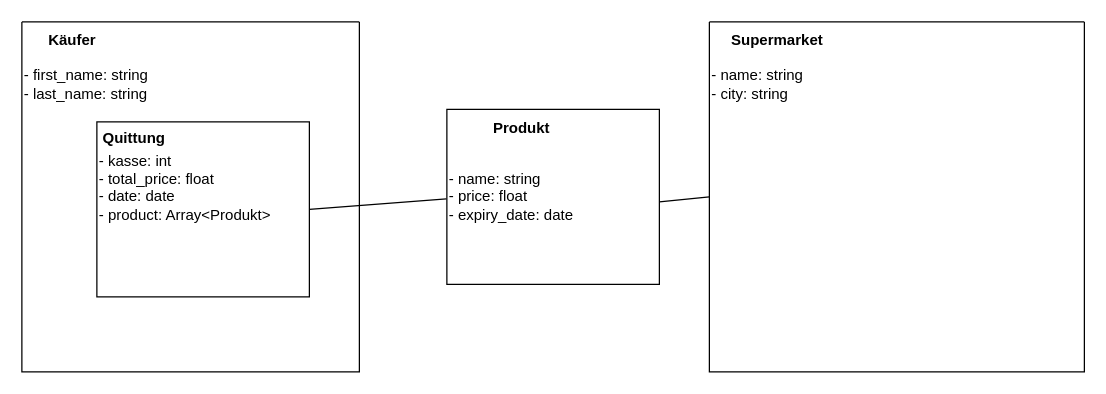
nikhilango/M164 keeps this draw.io diagram as KN02/KN02B.drawio. Above is the earlier version. Source tidied: cells renumbered, new cells numbered last; positions are measured from the earlier drawing's top-left corner, leaving out a move shared by most shapes. Both pictures are drawn from the tidied source at 125%, with x=0, y=0 at pixel (21, 21).
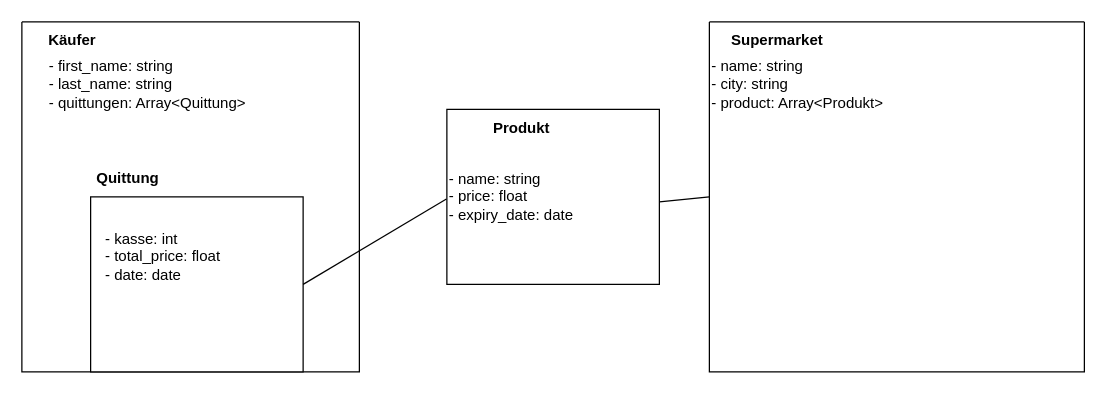
Above is the later version.

Diff of the diagram source:
```diff
@@
 <mxGraphModel>
   <root>
     <mxCell id="0" />
     <mxCell id="1" parent="0" />
     <mxCell id="2" style="swimlane;startSize=0;" parent="1" vertex="1">
       <mxGeometry width="270" height="280" as="geometry" />
     </mxCell>
     <mxCell id="3" style="whiteSpace=wrap;html=1;" parent="2" vertex="1">
-      <mxGeometry x="60" y="80" width="170" height="140" as="geometry" />
+      <mxGeometry x="55" y="140" width="170" height="140" as="geometry" />
     </mxCell>
     <mxCell id="4" value="&lt;b&gt;Quittung&lt;/b&gt;" style="text;html=1;align=center;verticalAlign=middle;whiteSpace=wrap;rounded=0;" parent="2" vertex="1">
-      <mxGeometry x="60" y="78" width="60" height="30" as="geometry" />
+      <mxGeometry x="55" y="110" width="60" height="30" as="geometry" />
     </mxCell>
-    <mxCell id="5" value="- kasse: int&lt;br&gt;&lt;div&gt;&lt;span style=&quot;background-color: initial;&quot;&gt;- total_price: float&lt;/span&gt;&lt;/div&gt;&lt;div&gt;- date: date&lt;/div&gt;&lt;div&gt;&lt;span style=&quot;background-color: initial;&quot;&gt;- product: Array&amp;lt;Produkt&amp;gt;&lt;br&gt;&lt;/span&gt;&lt;br&gt;&lt;/div&gt;" style="text;html=1;align=left;verticalAlign=middle;strokeColor=none;fillColor=none;" parent="2" vertex="1">
-      <mxGeometry x="60" y="95" width="160" height="90" as="geometry" />
+    <mxCell id="5" value="- kasse: int&lt;br&gt;&lt;div&gt;&lt;span style=&quot;background-color: initial;&quot;&gt;- total_price: float&lt;/span&gt;&lt;/div&gt;&lt;div&gt;- date: date&lt;/div&gt;&lt;div&gt;&lt;br&gt;&lt;/div&gt;" style="text;html=1;align=left;verticalAlign=middle;strokeColor=none;fillColor=none;" parent="2" vertex="1">
+      <mxGeometry x="65" y="160" width="120" height="70" as="geometry" />
     </mxCell>
-    <mxCell id="6" value="&lt;span style=&quot;&quot;&gt;- first_name: string&lt;/span&gt;&lt;div&gt;&lt;span style=&quot;&quot;&gt;- last_name: string&lt;/span&gt;&lt;/div&gt;" style="text;html=1;align=left;verticalAlign=middle;strokeColor=none;fillColor=none;" parent="2" vertex="1">
-      <mxGeometry y="30" width="120" height="40" as="geometry" />
+    <mxCell id="6" value="&lt;span style=&quot;&quot;&gt;- first_name: string&lt;/span&gt;&lt;div&gt;&lt;span style=&quot;&quot;&gt;- last_name: string&lt;/span&gt;&lt;/div&gt;&lt;div&gt;&lt;span style=&quot;&quot;&gt;-&amp;nbsp;&lt;/span&gt;&lt;span style=&quot;background-color: initial;&quot;&gt;quittungen: Array&amp;lt;Quittung&amp;gt;&lt;/span&gt;&lt;/div&gt;" style="text;html=1;align=left;verticalAlign=middle;strokeColor=none;fillColor=none;" parent="2" vertex="1">
+      <mxGeometry x="20" y="20" width="180" height="60" as="geometry" />
     </mxCell>
     <mxCell id="7" value="&lt;b&gt;Käufer&lt;/b&gt;" style="text;html=1;align=center;verticalAlign=middle;strokeColor=none;fillColor=none;" parent="2" vertex="1">
       <mxGeometry x="10" width="60" height="30" as="geometry" />
     </mxCell>
     <mxCell id="8" style="whiteSpace=wrap;html=1;" parent="1" vertex="1">
       <mxGeometry x="340" y="70" width="170" height="140" as="geometry" />
     </mxCell>
     <mxCell id="9" value="&lt;b&gt;Produkt&lt;/b&gt;" style="text;html=1;align=center;verticalAlign=middle;whiteSpace=wrap;rounded=0;" parent="1" vertex="1">
       <mxGeometry x="340" y="70" width="120" height="30" as="geometry" />
     </mxCell>
     <mxCell id="10" value="&lt;div&gt;- name: string&lt;br&gt;&lt;div&gt;&lt;span style=&quot;background-color: initial;&quot;&gt;- price: float&lt;/span&gt;&lt;/div&gt;&lt;div&gt;- expiry_date: date&lt;span style=&quot;background-color: initial;&quot;&gt;&lt;br&gt;&lt;/span&gt;&lt;/div&gt;&lt;/div&gt;" style="text;html=1;align=left;verticalAlign=middle;points=[];strokeColor=none;fillColor=none;" parent="1" vertex="1">
       <mxGeometry x="340" y="110" width="120" height="60" as="geometry" />
     </mxCell>
     <mxCell id="11" style="swimlane;startSize=0;" parent="1" vertex="1">
       <mxGeometry x="550" width="300" height="280" as="geometry" />
     </mxCell>
-    <mxCell id="12" value="&lt;span style=&quot;&quot;&gt;- name: string&lt;/span&gt;&lt;div&gt;&lt;span style=&quot;&quot;&gt;- city: string&lt;/span&gt;&lt;/div&gt;" style="text;html=1;align=left;verticalAlign=middle;strokeColor=none;fillColor=none;" parent="11" vertex="1">
-      <mxGeometry y="30" width="100" height="40" as="geometry" />
+    <mxCell id="12" value="&lt;span style=&quot;&quot;&gt;- name: string&lt;/span&gt;&lt;div&gt;&lt;span style=&quot;&quot;&gt;- city: string&lt;/span&gt;&lt;/div&gt;&lt;div&gt;- product: Array&amp;lt;Produkt&amp;gt;&lt;br&gt;&lt;/div&gt;" style="text;html=1;align=left;verticalAlign=middle;strokeColor=none;fillColor=none;" parent="11" vertex="1">
+      <mxGeometry y="20" width="160" height="60" as="geometry" />
     </mxCell>
     <mxCell id="13" value="&lt;b&gt;Supermarket&lt;/b&gt;" style="text;html=1;align=center;verticalAlign=middle;strokeColor=none;fillColor=none;" parent="11" vertex="1">
       <mxGeometry x="4" width="100" height="30" as="geometry" />
     </mxCell>
     <mxCell id="14" style="endArrow=none;html=1;rounded=0;exitX=1;exitY=0.5;exitDx=0;exitDy=0;entryX=0;entryY=0.5;entryDx=0;entryDy=0;" parent="11" edge="1" target="11">
       <mxGeometry relative="1" as="geometry">
         <mxPoint x="-40" y="144" as="sourcePoint" />
       </mxGeometry>
     </mxCell>
     <mxCell id="15" style="endArrow=none;html=1;rounded=0;exitX=1;exitY=0.5;exitDx=0;exitDy=0;entryX=-0.003;entryY=0.528;entryDx=0;entryDy=0;entryPerimeter=0;" parent="1" edge="1" source="3" target="10">
       <mxGeometry relative="1" as="geometry" />
     </mxCell>
   </root>
 </mxGraphModel>
```
